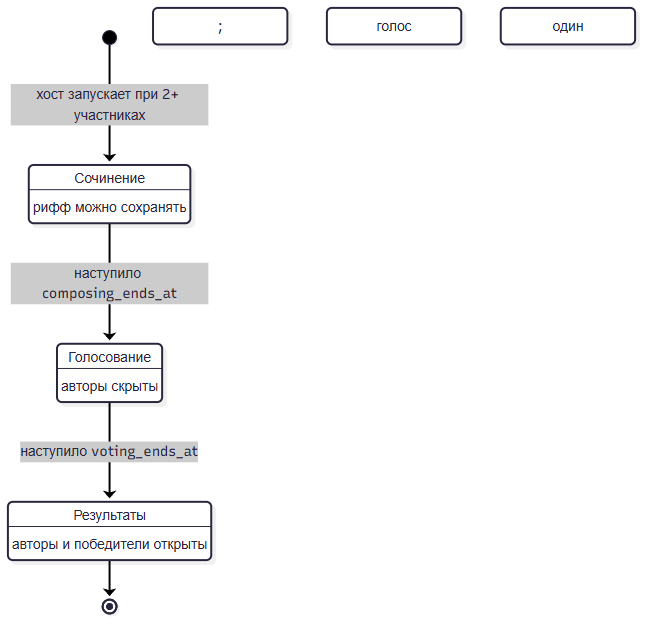
Above: docs/diagrams/lab-2-states.png in guitar-riff-pe/pe (Mermaid), before the change. Its source is kept beside it as docs/diagrams/lab-2-states.mmd. The source it was exported from:
```mermaid
stateDiagram-v2
    [*] --> Composing: хост запускает при 2+ участниках
    Composing: Сочинение
    Composing: рифф можно сохранять
    Composing --> Voting: наступило composing_ends_at
    Voting: Голосование
    Voting: авторы скрыты; голос один
    Voting --> Results: наступило voting_ends_at
    Results: Результаты
    Results: авторы и победители открыты
    Results --> [*]
```
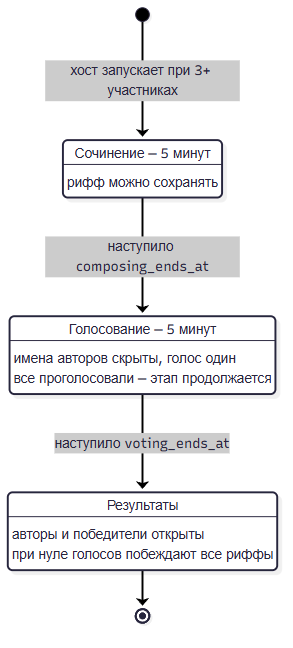
The same file after the commit.

What changed in the source:
```diff
@@ -1,11 +1,13 @@
 stateDiagram-v2
-    [*] --> Composing: хост запускает при 2+ участниках
-    Composing: Сочинение
+    [*] --> Composing: хост запускает при 3+ участниках
+    Composing: Сочинение — 5 минут
     Composing: рифф можно сохранять
     Composing --> Voting: наступило composing_ends_at
-    Voting: Голосование
-    Voting: авторы скрыты; голос один
+    Voting: Голосование — 5 минут
+    Voting: имена авторов скрыты, голос один
+    Voting: все проголосовали — этап продолжается
     Voting --> Results: наступило voting_ends_at
     Results: Результаты
     Results: авторы и победители открыты
+    Results: при нуле голосов побеждают все риффы
     Results --> [*]
```
